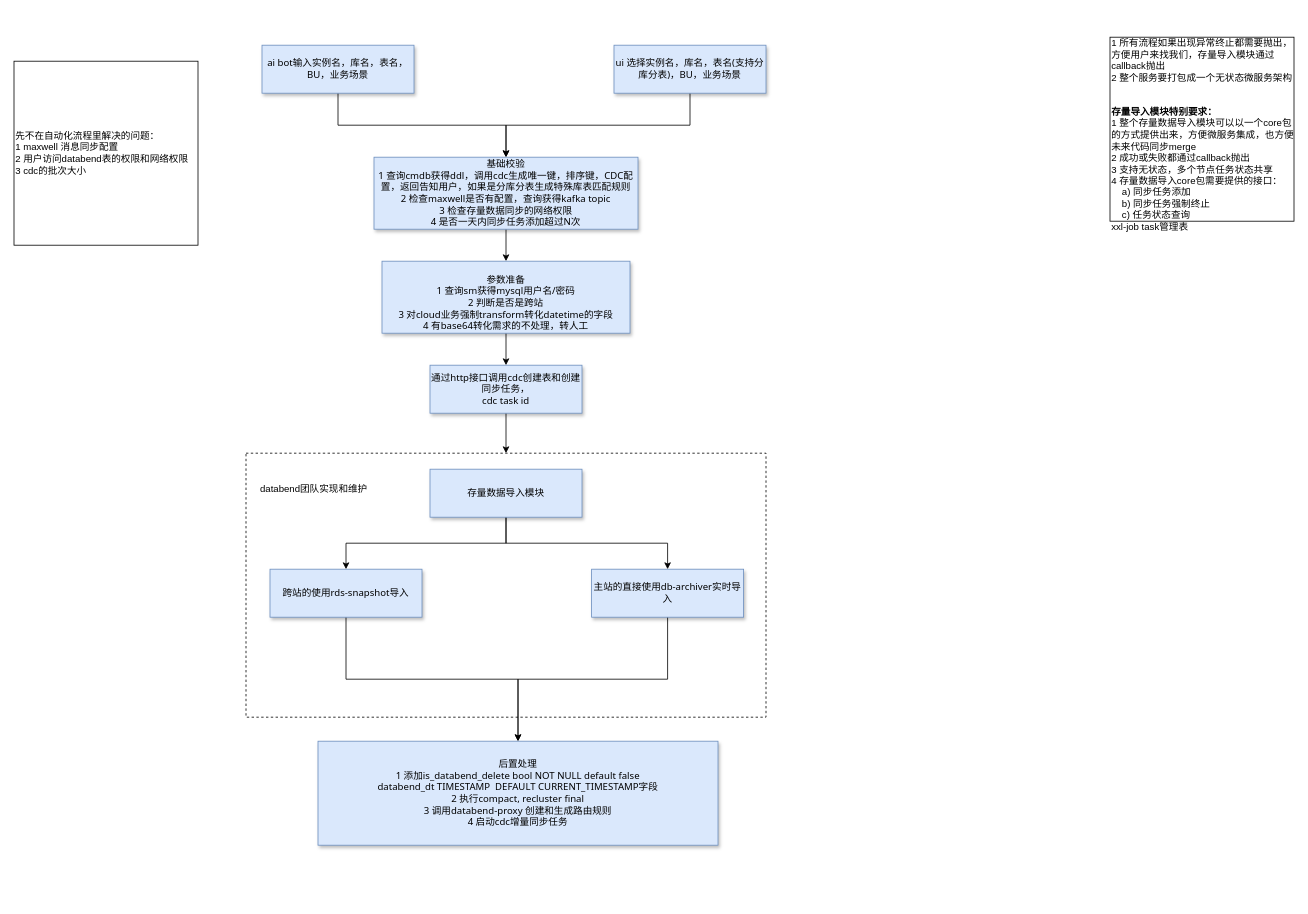
The draw.io diagram doc/databend自动化数据导入流程.drawio in jackjoesh/databend, before the edit. Source tidied: cells renumbered, new cells numbered last; positions are measured from the earlier drawing's top-left corner, leaving out a move shared by most shapes. Both pictures are drawn from the tidied source at 80%, with x=0, y=0 at pixel (14, 37).
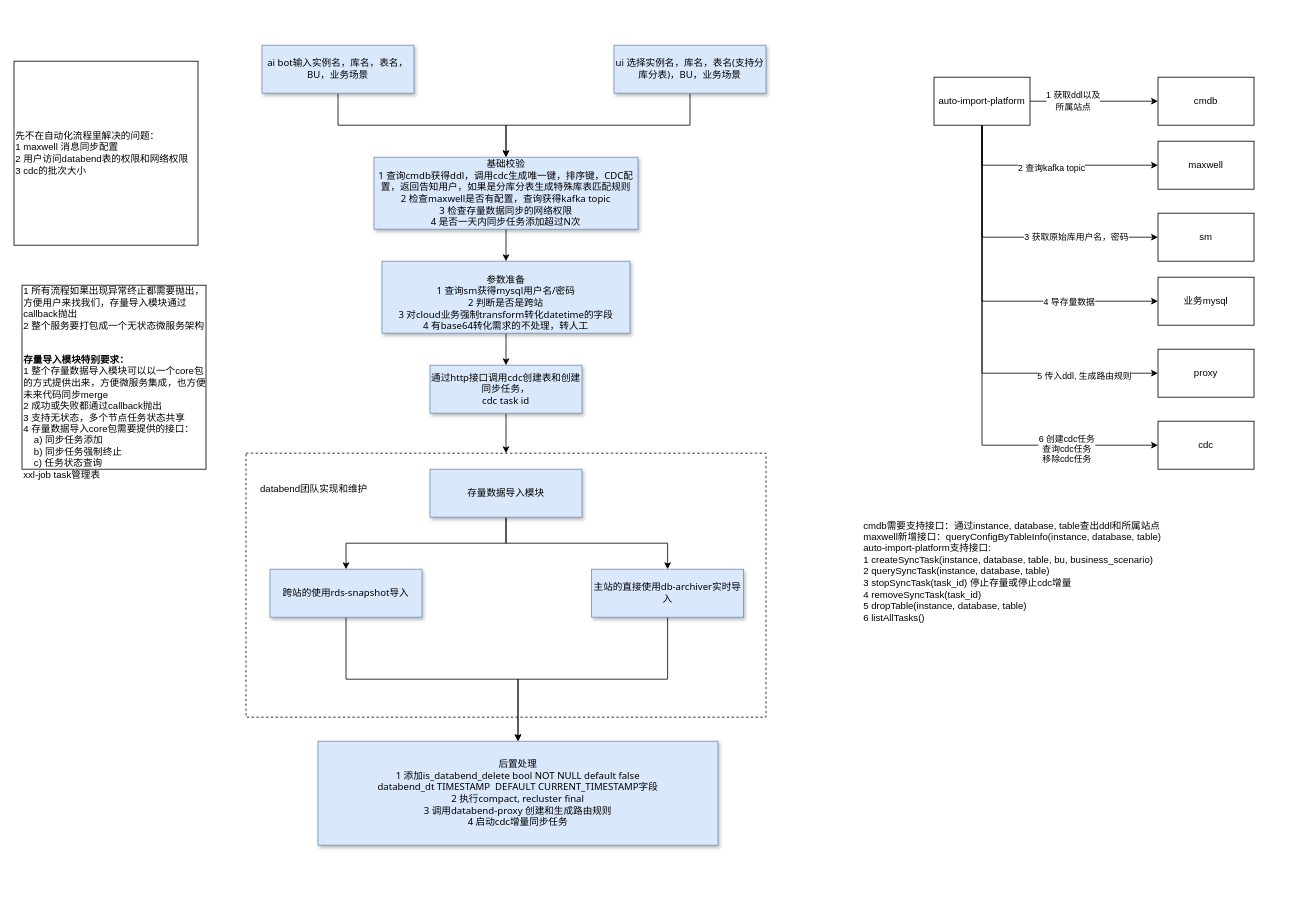
The same page after the edit.

Commit message:
更新databend自动化数据导入流程.drawio

Diff of the diagram source:
```diff
@@
     <mxCell id="18" value="&lt;div&gt;&lt;br&gt;&lt;/div&gt;&lt;div&gt;&lt;br&gt;&lt;/div&gt;1 所有流程如果出现异常终止都需要抛出，方便用户来找我们，存量导入模块通过callback抛出&lt;br&gt;2 整个服务要打包成一个无状态微服务架构&lt;br&gt;&lt;br&gt;&lt;br&gt;&lt;b&gt;存量导入模块特别要求：&lt;br&gt;&lt;/b&gt;1 整个存量数据导入模块可以以一个core包的方式提供出来，方便微服务集成，也方便未来代码同步merge&lt;br&gt;2 成功或失败都通过callback抛出&lt;div&gt;3 支持无状态，多个节点任务状态共享&lt;br&gt;&lt;div&gt;4 存量数据导入core包需要提供的接口：&lt;/div&gt;&lt;div&gt;&amp;nbsp; &amp;nbsp; a) 同步任务添加&lt;br&gt;&amp;nbsp; &amp;nbsp; b) 同步任务强制终止&lt;br&gt;&amp;nbsp; &amp;nbsp; c) 任务状态查询&lt;/div&gt;&lt;/div&gt;&lt;div&gt;xxl-job task管理表&lt;/div&gt;&lt;div&gt;&lt;br&gt;&lt;/div&gt;" style="whiteSpace=wrap;html=1;align=left;" parent="1" vertex="1">
-      <mxGeometry x="1370" width="230" height="230" as="geometry" />
+      <mxGeometry x="10" y="310" width="230" height="230" as="geometry" />
     </mxCell>
@@
+    <mxCell id="25" style="edgeStyle=orthogonalEdgeStyle;rounded=0;jettySize=auto;html=1;exitX=1;exitY=0.5;exitDx=0;exitDy=0;entryX=0;entryY=0.5;entryDx=0;entryDy=0;" parent="1" edge="1" source="37" target="38">
+      <mxGeometry relative="1" as="geometry" />
+    </mxCell>
+    <mxCell id="26" value="1 获取ddl以及&lt;div&gt;所属站点&lt;/div&gt;" style="edgeLabel;html=1;align=center;verticalAlign=middle;" parent="25" vertex="1">
+      <mxGeometry x="-0.34" y="1" relative="1" as="geometry" />
+    </mxCell>
+    <mxCell id="27" style="edgeStyle=orthogonalEdgeStyle;rounded=0;jettySize=auto;html=1;exitX=0.5;exitY=1;exitDx=0;exitDy=0;entryX=0;entryY=0.5;entryDx=0;entryDy=0;" parent="1" edge="1" source="37" target="39">
+      <mxGeometry relative="1" as="geometry" />
+    </mxCell>
+    <mxCell id="28" value="2 查询kafka topic" style="edgeLabel;html=1;align=center;verticalAlign=middle;" parent="27" vertex="1">
+      <mxGeometry x="0.01" y="-3" relative="1" as="geometry" />
+    </mxCell>
+    <mxCell id="29" style="edgeStyle=orthogonalEdgeStyle;rounded=0;jettySize=auto;html=1;exitX=0.5;exitY=1;exitDx=0;exitDy=0;entryX=0;entryY=0.5;entryDx=0;entryDy=0;" parent="1" edge="1" source="37" target="42">
+      <mxGeometry relative="1" as="geometry" />
+    </mxCell>
+    <mxCell id="30" value="3 获取原始库用户名，密码" style="edgeLabel;html=1;align=center;verticalAlign=middle;" parent="29" vertex="1">
+      <mxGeometry x="0.43" y="1" relative="1" as="geometry" />
+    </mxCell>
+    <mxCell id="31" style="edgeStyle=orthogonalEdgeStyle;rounded=0;jettySize=auto;html=1;exitX=0.5;exitY=1;exitDx=0;exitDy=0;entryX=0;entryY=0.5;entryDx=0;entryDy=0;" parent="1" edge="1" source="37" target="43">
+      <mxGeometry relative="1" as="geometry" />
+    </mxCell>
+    <mxCell id="32" value="4 导存量数据" style="edgeLabel;html=1;align=center;verticalAlign=middle;" parent="31" vertex="1">
+      <mxGeometry x="0.49" relative="1" as="geometry" />
+    </mxCell>
+    <mxCell id="33" style="edgeStyle=orthogonalEdgeStyle;rounded=0;jettySize=auto;html=1;exitX=0.5;exitY=1;exitDx=0;exitDy=0;entryX=0;entryY=0.5;entryDx=0;entryDy=0;" parent="1" edge="1" source="37" target="41">
+      <mxGeometry relative="1" as="geometry" />
+    </mxCell>
+    <mxCell id="34" value="5 传入ddl, 生成路由规则" style="edgeLabel;html=1;align=center;verticalAlign=middle;" parent="33" vertex="1">
+      <mxGeometry x="0.65" y="-3" relative="1" as="geometry" />
+    </mxCell>
+    <mxCell id="35" style="edgeStyle=orthogonalEdgeStyle;rounded=0;jettySize=auto;html=1;exitX=0.5;exitY=1;exitDx=0;exitDy=0;entryX=0;entryY=0.5;entryDx=0;entryDy=0;" parent="1" edge="1" source="37" target="40">
+      <mxGeometry relative="1" as="geometry" />
+    </mxCell>
+    <mxCell id="36" value="6 创建cdc任务&lt;div&gt;查询cdc任务&lt;/div&gt;&lt;div&gt;移除cdc任务&lt;/div&gt;" style="edgeLabel;html=1;align=center;verticalAlign=middle;" parent="35" vertex="1">
+      <mxGeometry x="0.63" y="-4" relative="1" as="geometry" />
+    </mxCell>
+    <mxCell id="37" value="auto-import-platform" style="rounded=0;whiteSpace=wrap;html=1;" parent="1" vertex="1">
+      <mxGeometry x="1150" y="50" width="120" height="60" as="geometry" />
+    </mxCell>
+    <mxCell id="38" value="cmdb" style="rounded=0;whiteSpace=wrap;html=1;" parent="1" vertex="1">
+      <mxGeometry x="1430" y="50" width="120" height="60" as="geometry" />
+    </mxCell>
+    <mxCell id="39" value="maxwell" style="rounded=0;whiteSpace=wrap;html=1;" parent="1" vertex="1">
+      <mxGeometry x="1430" y="130" width="120" height="60" as="geometry" />
+    </mxCell>
+    <mxCell id="40" value="cdc" style="rounded=0;whiteSpace=wrap;html=1;" parent="1" vertex="1">
+      <mxGeometry x="1430" y="480" width="120" height="60" as="geometry" />
+    </mxCell>
+    <mxCell id="41" value="proxy" style="rounded=0;whiteSpace=wrap;html=1;" parent="1" vertex="1">
+      <mxGeometry x="1430" y="390" width="120" height="60" as="geometry" />
+    </mxCell>
+    <mxCell id="42" value="sm" style="rounded=0;whiteSpace=wrap;html=1;" parent="1" vertex="1">
+      <mxGeometry x="1430" y="220" width="120" height="60" as="geometry" />
+    </mxCell>
+    <mxCell id="43" value="业务mysql" style="rounded=0;whiteSpace=wrap;html=1;" parent="1" vertex="1">
+      <mxGeometry x="1430" y="300" width="120" height="60" as="geometry" />
+    </mxCell>
+    <mxCell id="44" value="&lt;div&gt;cmdb需要支持接口：通过instance, database, table查出ddl和所属站点&lt;/div&gt;maxwell新增接口：queryConfigByTableInfo(instance, database, table)&lt;div&gt;auto-import-platform支持接口:&amp;nbsp;&lt;/div&gt;&lt;div&gt;1 createSyncTask(&lt;span style=&quot;background-color: transparent; color: light-dark(rgb(0, 0, 0), rgb(255, 255, 255));&quot;&gt;instance, database, table, bu,&amp;nbsp;&lt;/span&gt;&lt;span style=&quot;background-color: transparent;&quot;&gt;business_scenario&lt;/span&gt;&lt;span style=&quot;background-color: transparent; color: light-dark(rgb(0, 0, 0), rgb(255, 255, 255));&quot;&gt;)&lt;/span&gt;&lt;/div&gt;&lt;div&gt;&lt;span style=&quot;background-color: transparent; color: light-dark(rgb(0, 0, 0), rgb(255, 255, 255));&quot;&gt;2 querySyncTask&lt;/span&gt;&lt;span style=&quot;background-color: transparent; color: light-dark(rgb(0, 0, 0), rgb(255, 255, 255));&quot;&gt;(&lt;/span&gt;&lt;span style=&quot;background-color: transparent; color: light-dark(rgb(0, 0, 0), rgb(255, 255, 255));&quot;&gt;instance, database, table&lt;/span&gt;&lt;span style=&quot;background-color: transparent; color: light-dark(rgb(0, 0, 0), rgb(255, 255, 255));&quot;&gt;)&lt;/span&gt;&lt;/div&gt;&lt;div&gt;&lt;span style=&quot;background-color: transparent; color: light-dark(rgb(0, 0, 0), rgb(255, 255, 255));&quot;&gt;3 stop&lt;/span&gt;&lt;span style=&quot;background-color: transparent; color: light-dark(rgb(0, 0, 0), rgb(255, 255, 255));&quot;&gt;SyncTask&lt;/span&gt;&lt;span style=&quot;background-color: transparent; color: light-dark(rgb(0, 0, 0), rgb(255, 255, 255));&quot;&gt;(task_id&lt;/span&gt;&lt;span style=&quot;background-color: transparent; color: light-dark(rgb(0, 0, 0), rgb(255, 255, 255));&quot;&gt;) 停止存量或停止cdc增量&lt;/span&gt;&lt;/div&gt;&lt;div&gt;&lt;span style=&quot;background-color: transparent; color: light-dark(rgb(0, 0, 0), rgb(255, 255, 255));&quot;&gt;4 removeSyncTask&lt;/span&gt;&lt;span style=&quot;background-color: transparent; color: light-dark(rgb(0, 0, 0), rgb(255, 255, 255));&quot;&gt;(task_id&lt;/span&gt;&lt;span style=&quot;background-color: transparent; color: light-dark(rgb(0, 0, 0), rgb(255, 255, 255));&quot;&gt;)&amp;nbsp;&lt;/span&gt;&lt;/div&gt;&lt;div&gt;&lt;span style=&quot;background-color: transparent; color: light-dark(rgb(0, 0, 0), rgb(255, 255, 255));&quot;&gt;5 dropTable(&lt;/span&gt;&lt;span style=&quot;background-color: transparent; color: light-dark(rgb(0, 0, 0), rgb(255, 255, 255));&quot;&gt;instance, database, table&lt;/span&gt;&lt;span style=&quot;background-color: transparent; color: light-dark(rgb(0, 0, 0), rgb(255, 255, 255));&quot;&gt;)&lt;/span&gt;&lt;/div&gt;&lt;div&gt;&lt;span style=&quot;background-color: transparent; color: light-dark(rgb(0, 0, 0), rgb(255, 255, 255));&quot;&gt;6 listAllTasks()&lt;/span&gt;&lt;/div&gt;&lt;div&gt;&lt;span style=&quot;background-color: transparent; color: light-dark(rgb(0, 0, 0), rgb(255, 255, 255));&quot;&gt;&lt;br&gt;&lt;/span&gt;&lt;/div&gt;" style="text;html=1;align=left;verticalAlign=middle;whiteSpace=wrap;rounded=0;" parent="1" vertex="1">
+      <mxGeometry x="1060" y="550" width="400" height="250" as="geometry" />
+    </mxCell>
```
